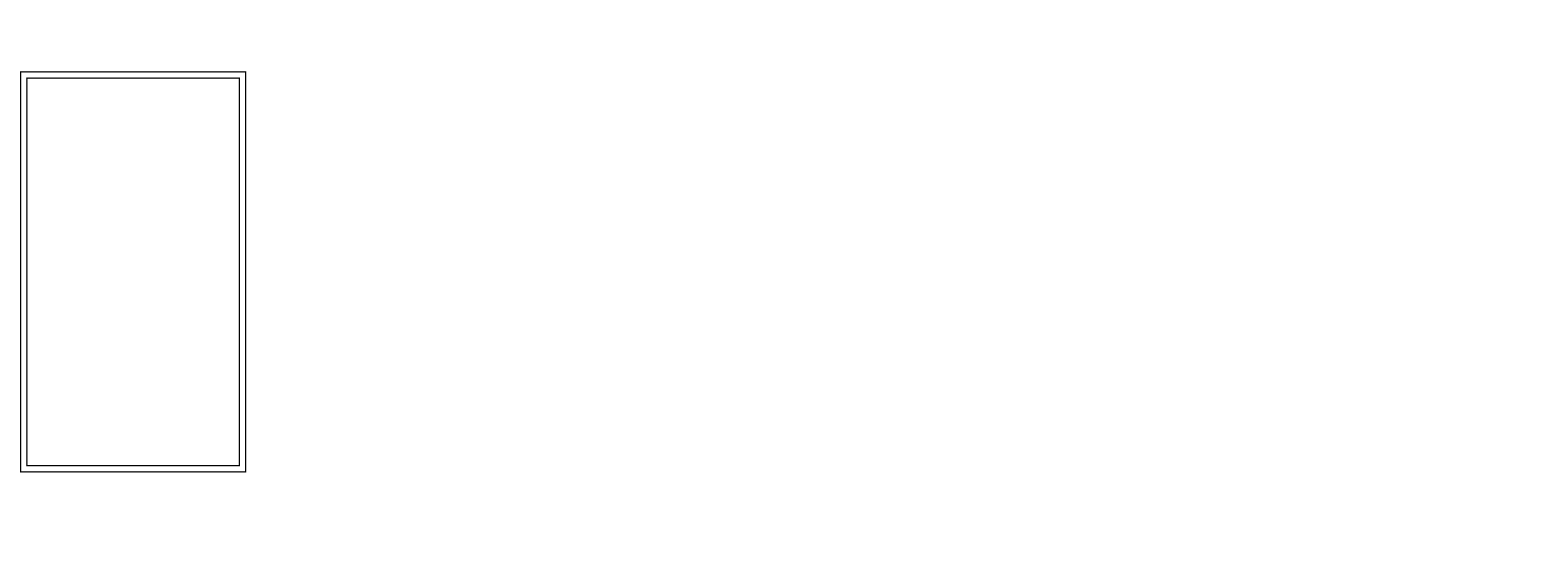
Before: Miracast竖屏投屏.drawio in qjzh0603/drawio, a draw.io diagram. Source tidied: cells renumbered, new cells numbered last; positions are measured from the earlier drawing's top-left corner, leaving out a move shared by most shapes. Both pictures are drawn from the tidied source at 125%, with x=0, y=0 at pixel (20, 71).
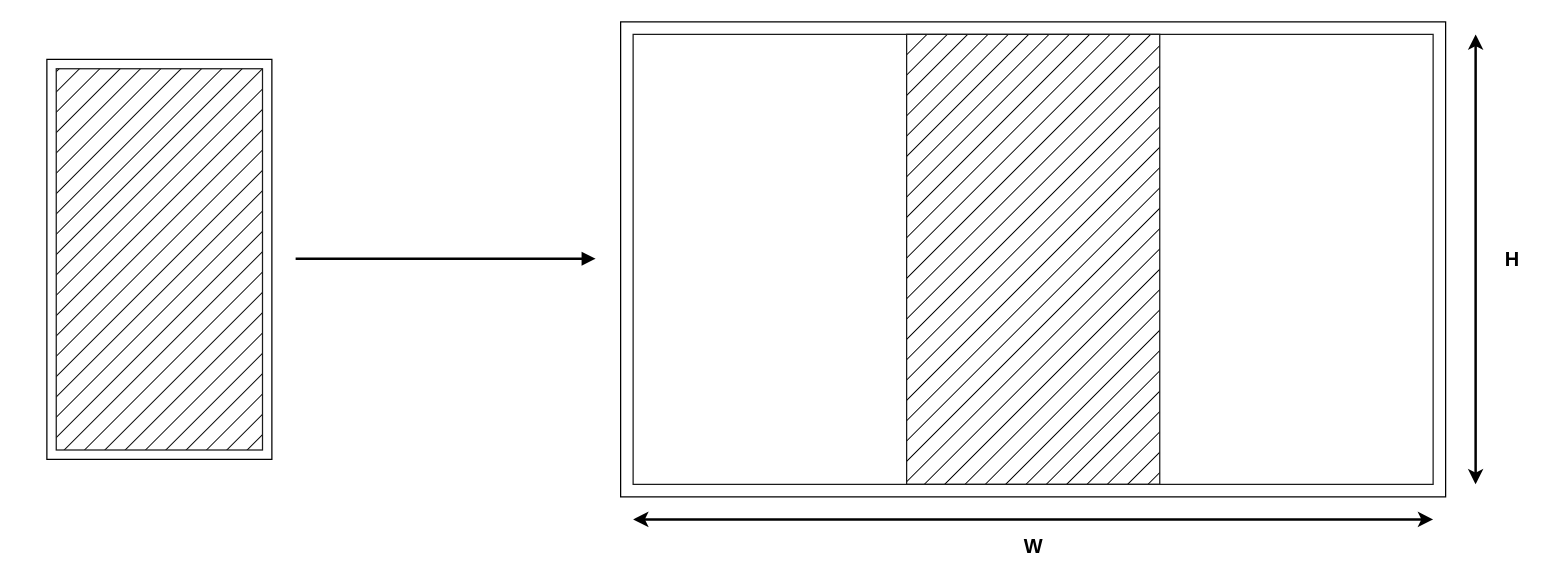
Above is the later version.

Commit message (it also covers changes not shown here):
更新Miracast竖屏投屏.drawio

What changed in the source:
```diff
@@
 <mxGraphModel>
   <root>
     <mxCell id="0" />
     <mxCell id="1" parent="0" />
+    <mxCell id="4" style="group;" parent="1" vertex="1">
+      <mxGeometry x="480" y="-40" width="660" height="380" as="geometry" />
+    </mxCell>
+    <mxCell id="5" style="rounded=0;whiteSpace=wrap;html=1;fillStyle=hatch;strokeColor=#1A1A1A;fillColor=none;gradientColor=none;" parent="4" vertex="1">
+      <mxGeometry x="10" y="10" width="640" height="360" as="geometry" />
+    </mxCell>
+    <mxCell id="6" style="rounded=0;whiteSpace=wrap;html=1;fillColor=none;" parent="4" vertex="1">
+      <mxGeometry width="660" height="380" as="geometry" />
+    </mxCell>
+    <mxCell id="7" style="rounded=0;whiteSpace=wrap;html=1;fillStyle=hatch;strokeColor=#1A1A1A;fillColor=#000000;gradientColor=none;" parent="4" vertex="1">
+      <mxGeometry x="228.8" y="10" width="202.5" height="360" as="geometry" />
+    </mxCell>
+    <mxCell id="8" style="group;" parent="1" vertex="1">
+      <mxGeometry x="21" y="-10" width="180" height="320" as="geometry" />
+    </mxCell>
-    <mxCell id="2" style="rounded=0;whiteSpace=wrap;html=1;" parent="1" vertex="1">
+    <mxCell id="2" style="rounded=0;whiteSpace=wrap;html=1;" parent="8" vertex="1">
       <mxGeometry width="180" height="320" as="geometry" />
     </mxCell>
-    <mxCell id="3" style="rounded=0;whiteSpace=wrap;html=1;fillColor=none;" parent="1" vertex="1">
-      <mxGeometry x="5" y="5" width="170" height="310" as="geometry" />
+    <mxCell id="3" style="rounded=0;whiteSpace=wrap;html=1;fillColor=#000000;fillStyle=hatch;gradientColor=none;strokeColor=#1A1A1A;" parent="8" vertex="1">
+      <mxGeometry x="7.5" y="7.5" width="165" height="305" as="geometry" />
     </mxCell>
+    <mxCell id="9" style="endArrow=block;html=1;rounded=0;strokeWidth=2;endFill=1;" parent="1" edge="1">
+      <mxGeometry relative="1" as="geometry">
+        <mxPoint x="220" y="149.5" as="sourcePoint" />
+        <mxPoint x="460" y="149.5" as="targetPoint" />
+      </mxGeometry>
+    </mxCell>
+    <mxCell id="10" style="endArrow=classic;startArrow=classic;html=1;rounded=0;strokeWidth=2;" parent="1" edge="1">
+      <mxGeometry relative="1" as="geometry">
+        <mxPoint x="490" y="358" as="sourcePoint" />
+        <mxPoint x="1130" y="358" as="targetPoint" />
+      </mxGeometry>
+    </mxCell>
+    <mxCell id="11" style="endArrow=classic;startArrow=classic;html=1;rounded=0;strokeWidth=2;" parent="1" edge="1">
+      <mxGeometry relative="1" as="geometry">
+        <mxPoint x="1164" y="330" as="sourcePoint" />
+        <mxPoint x="1164" y="-30" as="targetPoint" />
+      </mxGeometry>
+    </mxCell>
+    <mxCell id="12" value="W" style="text;html=1;align=center;verticalAlign=middle;fillColor=none;strokeColor=none;rounded=0;fillStyle=hatch;fontStyle=1;fontSize=16;" parent="1" vertex="1">
+      <mxGeometry x="790" y="364" width="40" height="30" as="geometry" />
+    </mxCell>
+    <mxCell id="13" value="H" style="text;html=1;align=center;verticalAlign=middle;fillColor=none;strokeColor=none;rounded=0;fillStyle=hatch;fontStyle=1;fontSize=16;" parent="1" vertex="1">
+      <mxGeometry x="1173" y="135" width="40" height="30" as="geometry" />
+    </mxCell>
   </root>
 </mxGraphModel>
```
